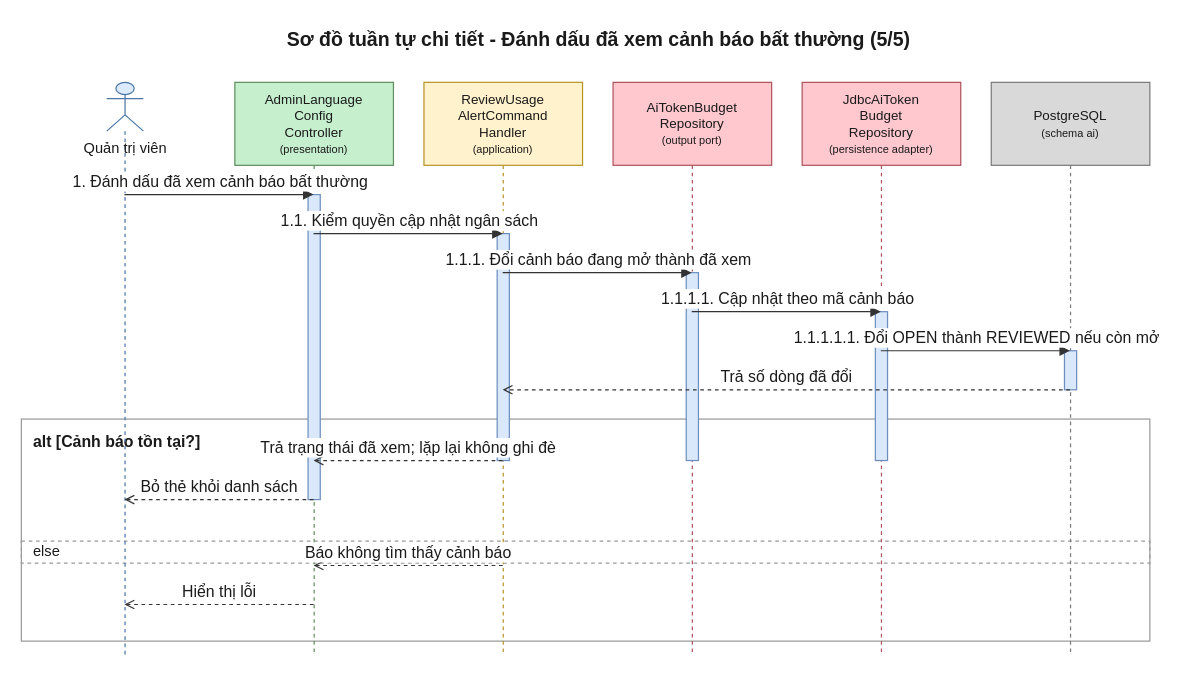
The draw.io diagram 08-diagram/sequence/admin/sequence_admin_dat_ngan_sach_token_p3.drawio in daiphu1801/PRJ_ALGOPREP, before the edit. Source tidied: cells renumbered, new cells numbered last; positions are measured from the earlier drawing's top-left corner, leaving out a move shared by most shapes. Both pictures are drawn from the tidied source at 122%, with x=0, y=0 at pixel (21, 21).
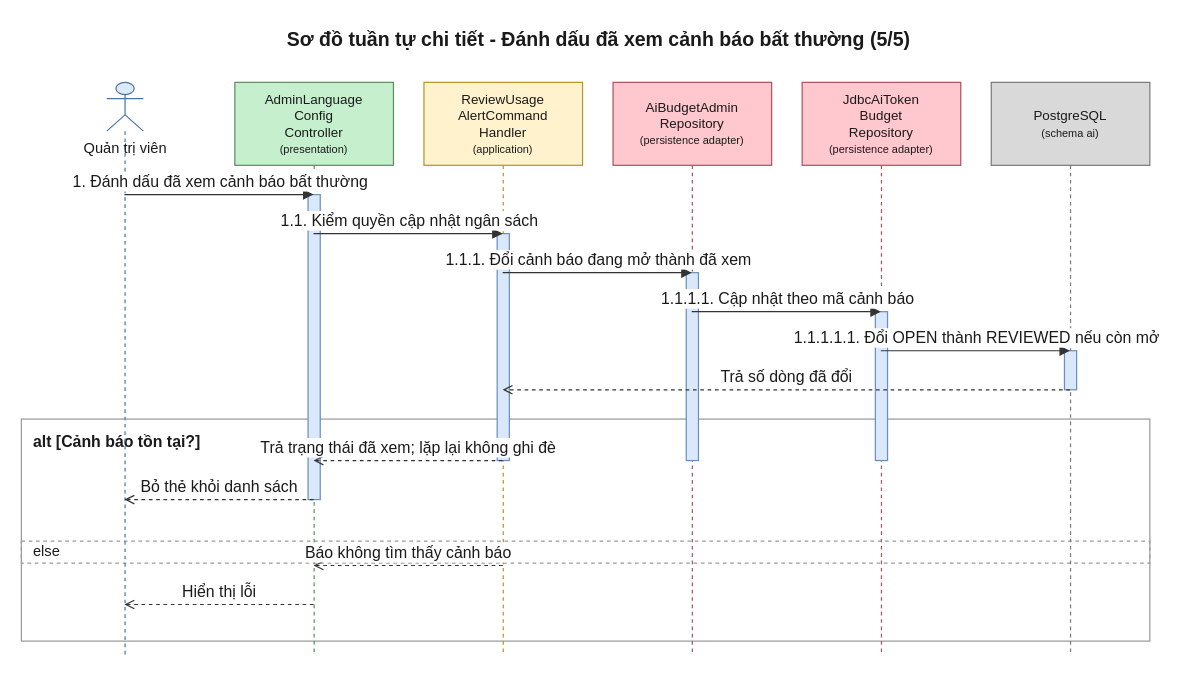
The same page after the edit.

Diff of the diagram source:
```diff
@@
-    <mxCell id="8" value="AiTokenBudget&lt;br&gt;Repository&lt;br&gt;&lt;font style=&quot;font-size:9px&quot;&gt;(output port)&lt;/font&gt;" style="shape=umlLifeline;perimeter=lifelinePerimeter;whiteSpace=wrap;html=1;outlineConnect=0;size=68;fontSize=11;fillColor=#FFC7CE;strokeColor=#B0525E;fontColor=#1A1A1A;" parent="1" vertex="1">
+    <mxCell id="8" value="AiBudgetAdmin&lt;br&gt;Repository&lt;br&gt;&lt;font style=&quot;font-size:9px&quot;&gt;(persistence adapter)&lt;/font&gt;" style="shape=umlLifeline;perimeter=lifelinePerimeter;whiteSpace=wrap;html=1;outlineConnect=0;size=68;fontSize=11;fillColor=#FFC7CE;strokeColor=#B0525E;fontColor=#1A1A1A;" parent="1" vertex="1">
       <mxGeometry x="485" y="50" width="130" height="470" as="geometry" />
     </mxCell>
```
